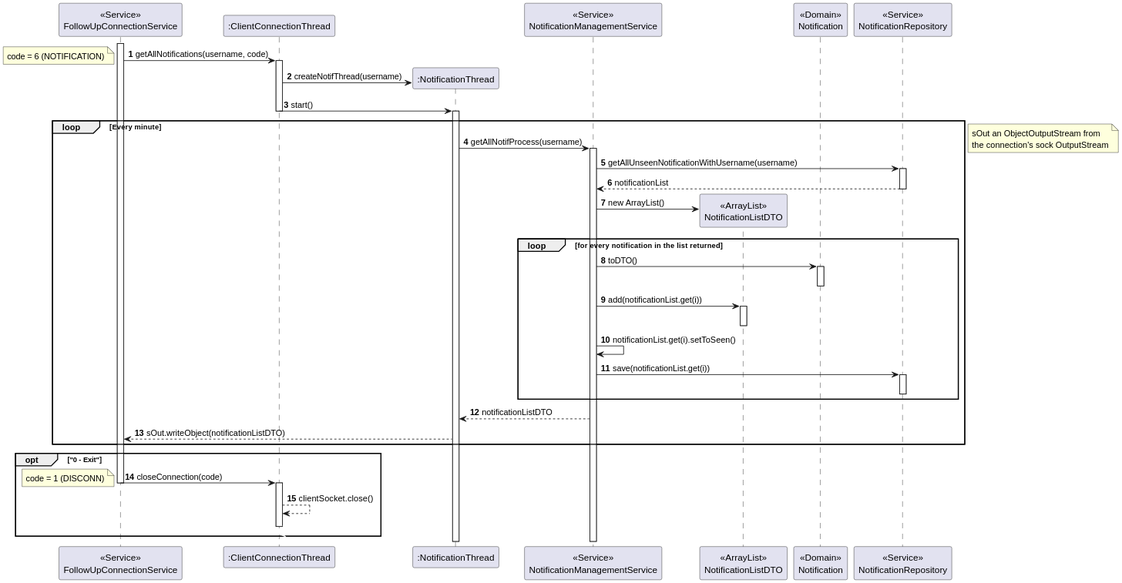
The PlantUML diagram docs/sprint-c/us_3001/US3001_SD/US3001_SD_Server_To_Repo.svg in rita-barbosa/LAPR4-2324, before a commit.
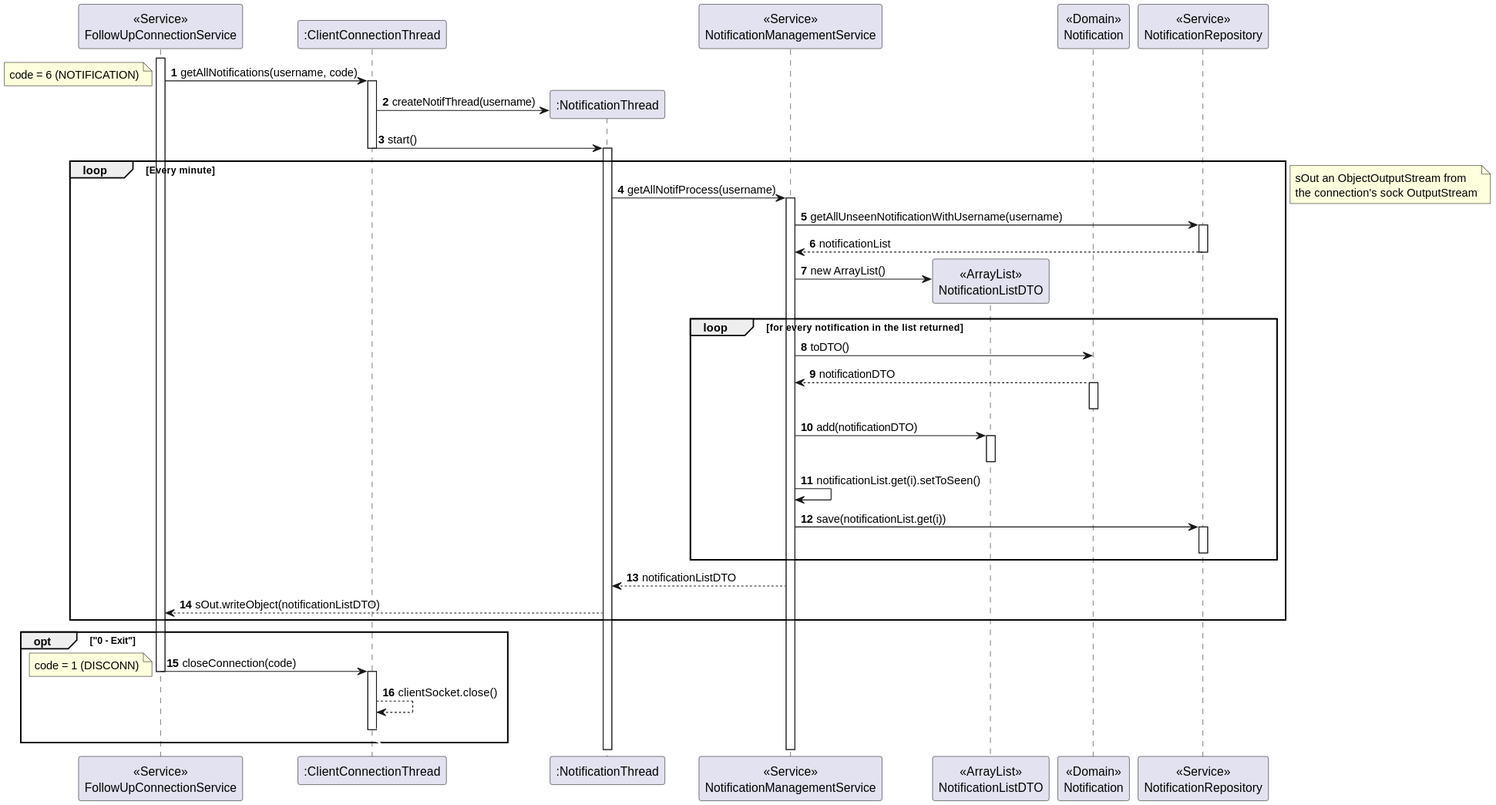
After the change.

Commit message:
docs: Updated SD [Perspective of server] of US 3001.

[#191]

The edit, as a diff of the source:
```diff
@@ -48,11 +48,13 @@
 
                                 NS -> N : toDTO()
 
+                                N --> NS : notificationDTO
+
                                 activate N
 
                                 deactivate N
 
-                                NS -> LIST : add(notificationList.get(i))
+                                NS -> LIST : add(notificationDTO)
 
                                 activate LIST
 
```
